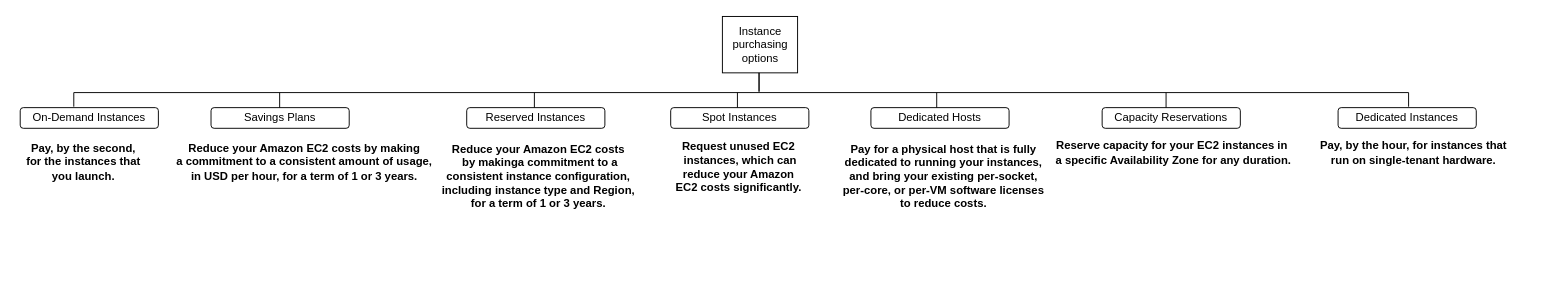
Above: certification/noserverless/compute/ec2/ec2_purchasing_option.drawio in ldipotetjob/AWS (draw.io), before the change. Source tidied: cells renumbered, new cells numbered last; positions are measured from the earlier drawing's top-left corner, leaving out a move shared by most shapes. Both pictures are drawn from the tidied source at 94%, with x=0, y=0 at pixel (17, 16).
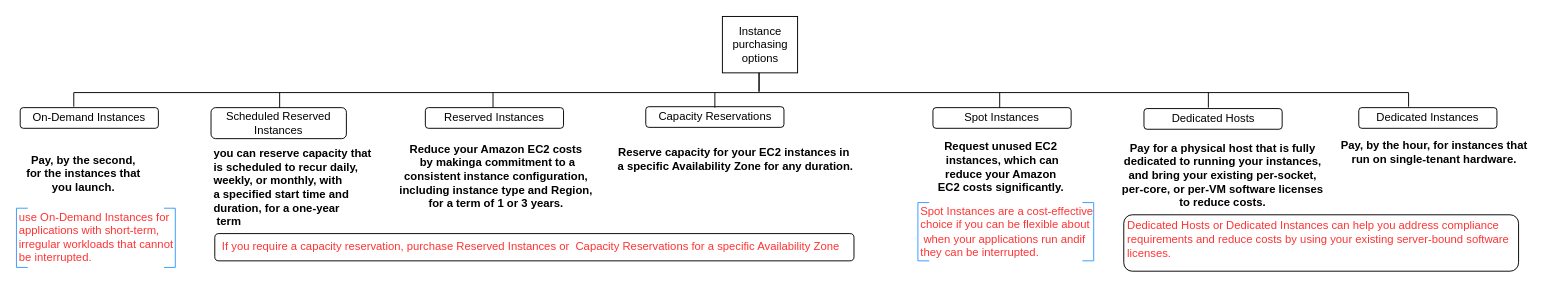
The same page after the edit.

Change to the diagram source:
```diff
@@
-    <mxCell id="4" value="Savings Plans" style="rounded=1;whiteSpace=wrap;html=1;strokeColor=default;fillColor=none;" parent="1" vertex="1">
-      <mxGeometry x="206" y="97" width="147" height="22" as="geometry" />
+    <mxCell id="4" value="Scheduled Reserved Instances" style="rounded=1;whiteSpace=wrap;html=1;strokeColor=default;fillColor=none;" parent="1" vertex="1">
+      <mxGeometry x="206" y="97" width="144" height="33" as="geometry" />
     </mxCell>
     <mxCell id="5" value="Reserved Instances" style="rounded=1;whiteSpace=wrap;html=1;strokeColor=default;fillColor=none;" parent="1" vertex="1">
-      <mxGeometry x="478" y="97" width="147" height="22" as="geometry" />
+      <mxGeometry x="434" y="97" width="147" height="22" as="geometry" />
     </mxCell>
     <mxCell id="6" value="Spot Instances" style="rounded=1;whiteSpace=wrap;html=1;strokeColor=default;fillColor=none;" parent="1" vertex="1">
-      <mxGeometry x="695" y="97" width="147" height="22" as="geometry" />
+      <mxGeometry x="974" y="97" width="147" height="22" as="geometry" />
     </mxCell>
     <mxCell id="7" value="Dedicated Hosts" style="rounded=1;whiteSpace=wrap;html=1;strokeColor=default;fillColor=none;" parent="1" vertex="1">
-      <mxGeometry x="908" y="97" width="147" height="22" as="geometry" />
+      <mxGeometry x="1198.5" y="98" width="147" height="22" as="geometry" />
     </mxCell>
     <mxCell id="8" value="Dedicated Instances" style="rounded=1;whiteSpace=wrap;html=1;strokeColor=default;fillColor=none;" parent="1" vertex="1">
-      <mxGeometry x="1405" y="97" width="147" height="22" as="geometry" />
+      <mxGeometry x="1427" y="97" width="147" height="22" as="geometry" />
     </mxCell>
     <mxCell id="9" value="Capacity Reservations" style="rounded=1;whiteSpace=wrap;html=1;strokeColor=default;fillColor=none;" parent="1" vertex="1">
-      <mxGeometry x="1154" y="97" width="147" height="22" as="geometry" />
+      <mxGeometry x="668.5" y="96" width="147" height="22" as="geometry" />
     </mxCell>
     <mxCell id="10" value="Pay, by the second, &lt;br&gt;for the instances that &lt;br&gt;you launch." style="text;html=1;align=center;verticalAlign=middle;strokeColor=none;fillColor=none;fontStyle=1;" parent="1" vertex="1">
-      <mxGeometry y="125" width="140" height="60" as="geometry" />
+      <mxGeometry y="137" width="140" height="60" as="geometry" />
     </mxCell>
-    <mxCell id="11" value="Reduce your Amazon EC2 costs by making &lt;br&gt;a commitment to a consistent amount of usage, &lt;br&gt;in USD per hour, for a term of 1 or 3 years." style="text;html=1;align=center;verticalAlign=middle;strokeColor=none;fillColor=none;fontStyle=1;" parent="1" vertex="1">
-      <mxGeometry x="155" y="125" width="300" height="60" as="geometry" />
+    <mxCell id="11" value="you can reserve capacity that &lt;br&gt;is scheduled to recur daily, &lt;br&gt;weekly, or monthly, with &lt;br&gt;a specified start time and &lt;br&gt;duration, for a one-year&lt;br&gt;&amp;nbsp;term" style="text;html=1;align=left;verticalAlign=middle;strokeColor=none;fillColor=none;fontStyle=1;" parent="1" vertex="1">
+      <mxGeometry x="207" y="132" width="190" height="100" as="geometry" />
     </mxCell>
     <mxCell id="12" value="Reduce your Amazon EC2 costs&lt;br&gt;&amp;nbsp;by makinga commitment to a &lt;br&gt;consistent instance configuration, &lt;br&gt;including instance type and Region, &lt;br&gt;for a term of 1 or 3 years." style="text;html=1;align=center;verticalAlign=middle;strokeColor=none;fillColor=none;fontStyle=1;" parent="1" vertex="1">
-      <mxGeometry x="439" y="125" width="230" height="90" as="geometry" />
+      <mxGeometry x="394" y="125" width="230" height="90" as="geometry" />
     </mxCell>
     <mxCell id="13" value="Request unused EC2&lt;br&gt;&amp;nbsp;instances, which can &lt;br&gt;reduce your Amazon &lt;br&gt;EC2 costs significantly." style="text;html=1;align=center;verticalAlign=middle;strokeColor=none;fillColor=none;fontStyle=1;" parent="1" vertex="1">
-      <mxGeometry x="687" y="125" width="160" height="70" as="geometry" />
+      <mxGeometry x="966" y="125" width="160" height="70" as="geometry" />
     </mxCell>
     <mxCell id="14" value="Pay for a physical host that is fully &lt;br&gt;dedicated to running your instances, &lt;br&gt;and bring your existing per-socket, &lt;br&gt;per-core, or per-VM software licenses &lt;br&gt;to reduce costs." style="text;html=1;align=center;verticalAlign=middle;strokeColor=none;fillColor=none;fontStyle=1;" parent="1" vertex="1">
-      <mxGeometry x="865" y="125" width="240" height="90" as="geometry" />
+      <mxGeometry x="1162" y="124" width="240" height="90" as="geometry" />
     </mxCell>
     <mxCell id="15" value="Reserve capacity for your EC2 instances in&lt;br&gt;&amp;nbsp;a specific Availability Zone for any duration." style="text;html=1;align=center;verticalAlign=middle;strokeColor=none;fillColor=none;fontStyle=1;" parent="1" vertex="1">
-      <mxGeometry x="1088" y="125" width="280" height="40" as="geometry" />
+      <mxGeometry x="622" y="132" width="280" height="40" as="geometry" />
     </mxCell>
     <mxCell id="16" value="Pay, by the hour, for instances that &lt;br&gt;run on single-tenant hardware." style="text;html=1;align=center;verticalAlign=middle;strokeColor=none;fillColor=none;fontStyle=1;" parent="1" vertex="1">
-      <mxGeometry x="1375" y="125" width="220" height="40" as="geometry" />
+      <mxGeometry x="1397" y="124" width="220" height="40" as="geometry" />
     </mxCell>
@@
     <mxCell id="21" style="line;strokeWidth=1;html=1;fillColor=none;direction=south;" parent="1" vertex="1">
-      <mxGeometry x="545" y="81" width="10" height="16" as="geometry" />
+      <mxGeometry x="501" y="81" width="10" height="16" as="geometry" />
     </mxCell>
     <mxCell id="22" style="line;strokeWidth=1;html=1;fillColor=none;direction=south;" parent="1" vertex="1">
-      <mxGeometry x="973" y="81" width="10" height="16" as="geometry" />
+      <mxGeometry x="737" y="81" width="10" height="16" as="geometry" />
     </mxCell>
     <mxCell id="23" style="line;strokeWidth=1;html=1;fillColor=none;direction=south;" parent="1" vertex="1">
-      <mxGeometry x="761" y="81" width="10" height="16" as="geometry" />
+      <mxGeometry x="1040" y="81" width="10" height="16" as="geometry" />
     </mxCell>
     <mxCell id="24" style="line;strokeWidth=1;html=1;fillColor=none;direction=south;" parent="1" vertex="1">
-      <mxGeometry x="1217" y="81" width="10" height="16" as="geometry" />
+      <mxGeometry x="1262" y="81" width="10" height="16" as="geometry" />
     </mxCell>
+    <mxCell id="25" value="&lt;font color=&quot;#ff3333&quot;&gt;use On-Demand Instances for &lt;br&gt;applications with short-term,&amp;nbsp;&lt;br&gt;irregular workloads that cannot &lt;br&gt;be interrupted.&lt;/font&gt;" style="text;html=1;align=left;verticalAlign=middle;strokeColor=none;fillColor=none;" parent="1" vertex="1">
+      <mxGeometry y="200" width="190" height="70" as="geometry" />
+    </mxCell>
+    <mxCell id="26" style="strokeWidth=1;html=1;shape=mxgraph.flowchart.annotation_1;align=left;fontColor=#000033;fillColor=none;strokeColor=#3399FF;" parent="1" vertex="1">
+      <mxGeometry x="-1" y="204" width="12" height="63" as="geometry" />
+    </mxCell>
+    <mxCell id="27" style="strokeWidth=1;html=1;shape=mxgraph.flowchart.annotation_1;align=left;fontColor=#000033;fillColor=none;direction=west;strokeColor=#3399FF;" parent="1" vertex="1">
+      <mxGeometry x="156" y="204" width="12" height="63" as="geometry" />
+    </mxCell>
+    <mxCell id="28" value="Spot Instances are a cost-effective &lt;br&gt;choice if you can be flexible about&lt;br&gt;&amp;nbsp;when your applications run andif &lt;br&gt;they can be interrupted." style="text;html=1;align=left;verticalAlign=middle;strokeColor=none;fillColor=none;fontColor=#FF3333;" parent="1" vertex="1">
+      <mxGeometry x="959" y="194" width="210" height="70" as="geometry" />
+    </mxCell>
+    <mxCell id="29" style="strokeWidth=1;html=1;shape=mxgraph.flowchart.annotation_1;align=left;fontColor=#000033;fillColor=none;strokeColor=#3399FF;" parent="1" vertex="1">
+      <mxGeometry x="958" y="198" width="12" height="62" as="geometry" />
+    </mxCell>
+    <mxCell id="30" style="strokeWidth=1;html=1;shape=mxgraph.flowchart.annotation_1;align=left;fontColor=#000033;fillColor=none;direction=west;strokeColor=#3399FF;" parent="1" vertex="1">
+      <mxGeometry x="1133" y="198" width="12" height="62" as="geometry" />
+    </mxCell>
+    <mxCell id="31" value="Dedicated Hosts or Dedicated Instances can help you address compliance &lt;br&gt;requirements and reduce costs by using your existing server-bound software &lt;br&gt;licenses." style="text;html=1;align=left;verticalAlign=middle;strokeColor=none;fillColor=none;fontColor=#FF3333;" parent="1" vertex="1">
+      <mxGeometry x="1179" y="206.5" width="430" height="60" as="geometry" />
+    </mxCell>
+    <mxCell id="32" style="rounded=1;whiteSpace=wrap;html=1;fontColor=#FF3333;strokeColor=default;strokeWidth=1;fillColor=none;" parent="1" vertex="1">
+      <mxGeometry x="1177" y="211" width="420" height="60" as="geometry" />
+    </mxCell>
+    <mxCell id="33" value="If you require a capacity reservation, purchase Reserved Instances or&amp;nbsp; Capacity Reservations for a specific Availability Zone" style="text;html=1;align=left;verticalAlign=middle;strokeColor=none;fillColor=none;fontColor=#FF3333;" parent="1" vertex="1">
+      <mxGeometry x="216" y="230" width="680" height="30" as="geometry" />
+    </mxCell>
+    <mxCell id="34" style="rounded=1;whiteSpace=wrap;html=1;fontColor=#FF3333;strokeColor=default;strokeWidth=1;fillColor=none;" parent="1" vertex="1">
+      <mxGeometry x="210" y="231" width="680" height="29" as="geometry" />
+    </mxCell>
```
